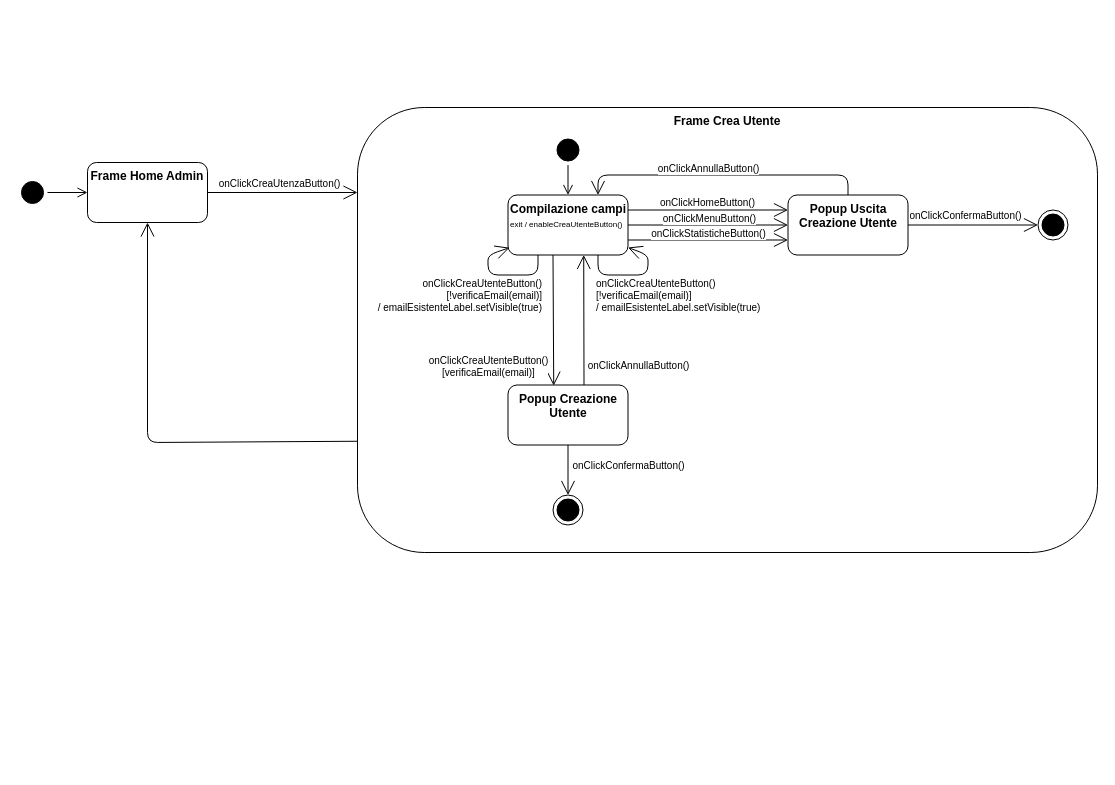
vittorioruggiero/Progetto-IngSw keeps this draw.io diagram as Documentazione/Statechart/Statechart - Crea Utente.drawio. Above is the earlier version. Source tidied: cells renumbered, new cells numbered last; positions are measured from the earlier drawing's top-left corner, leaving out a move shared by most shapes. Both pictures are drawn from the tidied source at 100%, with x=0, y=0 at pixel (17, 107).
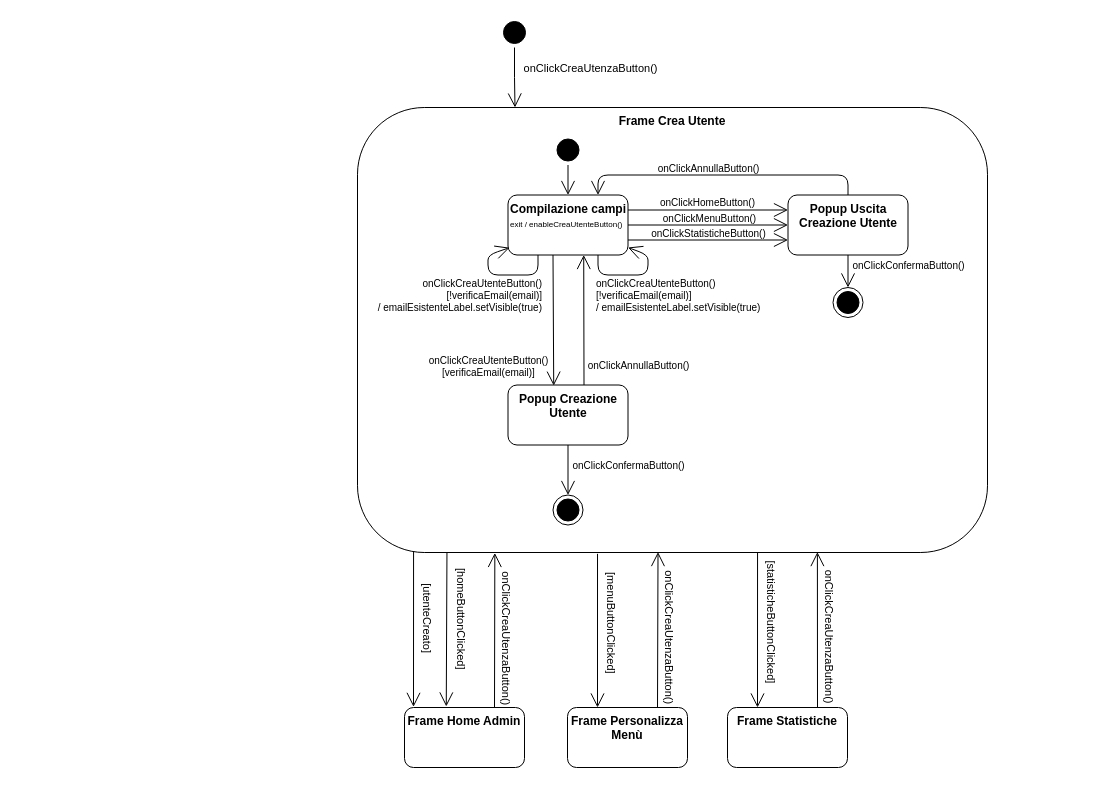
Above is the later version.

Unchanged cells that the change refers to:
```xml
<mxCell id="8" value="&lt;b&gt;Compilazione campi&lt;/b&gt;&lt;br&gt;&lt;font style=&quot;font-size: 8px;&quot;&gt;exit / enableCreaUtenteButton()&lt;/font&gt;" style="rounded=1;whiteSpace=wrap;html=1;align=left;verticalAlign=top;strokeWidth=1;perimeterSpacing=0;spacing=2;spacingRight=0;" parent="1" vertex="1">
  <mxGeometry x="490.5" y="87.5" width="120" height="60" as="geometry" />
</mxCell>
<mxCell id="9" style="ellipse;html=1;shape=startState;fillColor=#000000;strokeColor=#030303;" parent="1" vertex="1">
  <mxGeometry x="535.5" y="27.5" width="30" height="30" as="geometry" />
</mxCell>
<mxCell id="16" style="endArrow=open;endFill=1;endSize=12;html=1;rounded=1;strokeColor=#000000;fontSize=10;exitX=0.375;exitY=1;exitDx=0;exitDy=0;exitPerimeter=0;entryX=0.381;entryY=0.011;entryDx=0;entryDy=0;entryPerimeter=0;" parent="1" edge="1" source="8" target="15">
  <mxGeometry relative="1" as="geometry" />
</mxCell>
<mxCell id="24" value="&lt;b&gt;Popup Uscita Creazione Utente&lt;/b&gt;" style="rounded=1;whiteSpace=wrap;html=1;align=center;verticalAlign=top;" parent="1" vertex="1">
  <mxGeometry x="770.5" y="87.5" width="120" height="60" as="geometry" />
</mxCell>
<mxCell id="25" style="endArrow=open;endFill=1;endSize=12;html=1;rounded=1;strokeColor=#000000;fontSize=10;entryX=0;entryY=0.25;entryDx=0;entryDy=0;" parent="1" edge="1" target="24">
  <mxGeometry relative="1" as="geometry">
    <mxPoint x="610.5" y="102.5" as="sourcePoint" />
  </mxGeometry>
</mxCell>
<mxCell id="27" style="endArrow=open;endFill=1;endSize=12;html=1;rounded=1;strokeColor=#000000;fontSize=10;" parent="1" edge="1" source="8" target="24">
  <mxGeometry relative="1" as="geometry" />
</mxCell>
<mxCell id="29" style="endArrow=open;endFill=1;endSize=12;html=1;rounded=1;strokeColor=#000000;fontSize=10;exitX=1;exitY=0.75;exitDx=0;exitDy=0;entryX=0;entryY=0.75;entryDx=0;entryDy=0;" parent="1" edge="1" source="8" target="24">
  <mxGeometry relative="1" as="geometry" />
</mxCell>
<mxCell id="31" style="endArrow=open;endFill=1;endSize=12;html=1;rounded=1;strokeColor=#000000;fontSize=10;exitX=0.5;exitY=0;exitDx=0;exitDy=0;entryX=0.75;entryY=0;entryDx=0;entryDy=0;" parent="1" edge="1" source="24" target="8">
  <mxGeometry relative="1" as="geometry">
    <Array as="points">
      <mxPoint x="830.5" y="67.5" />
      <mxPoint x="710.5" y="67.5" />
      <mxPoint x="580.5" y="67.5" />
    </Array>
  </mxGeometry>
</mxCell>
```

What changed in the source:
```diff
@@
-    <mxCell id="2" value="&lt;b&gt;Frame Home Admin&lt;/b&gt;" style="rounded=1;whiteSpace=wrap;html=1;align=center;verticalAlign=top;" parent="1" vertex="1">
-      <mxGeometry x="70" y="55" width="120" height="60" as="geometry" />
-    </mxCell>
     <mxCell id="3" style="ellipse;html=1;shape=startState;fillColor=#000000;strokeColor=#030303;" parent="1" vertex="1">
-      <mxGeometry y="70" width="30" height="30" as="geometry" />
+      <mxGeometry x="482" y="-90" width="30" height="30" as="geometry" />
     </mxCell>
-    <mxCell id="4" style="edgeStyle=orthogonalEdgeStyle;html=1;verticalAlign=bottom;endArrow=open;endSize=8;strokeColor=#000000;rounded=0;entryX=0;entryY=0.5;entryDx=0;entryDy=0;" parent="1" edge="1" source="3" target="2">
+    <mxCell id="4" style="edgeStyle=orthogonalEdgeStyle;html=1;verticalAlign=bottom;endArrow=open;endSize=12;strokeColor=#000000;rounded=0;entryX=0.25;entryY=0;entryDx=0;entryDy=0;" parent="1" edge="1" source="3" target="5">
       <mxGeometry relative="1" as="geometry" />
     </mxCell>
+    <mxCell id="36" value="onClickCreaUtenzaButton()" style="edgeLabel;html=1;align=center;verticalAlign=middle;" parent="4" vertex="1">
+      <mxGeometry x="-0.25" y="-1" relative="1" as="geometry">
+        <mxPoint x="76" y="-3" as="offset" />
+      </mxGeometry>
+    </mxCell>
     <mxCell id="5" value="&lt;b&gt;Frame Crea Utente&lt;/b&gt;" style="rounded=1;whiteSpace=wrap;html=1;align=center;verticalAlign=top;" parent="1" vertex="1">
-      <mxGeometry x="340" width="740" height="445" as="geometry" />
+      <mxGeometry x="340" width="630" height="445" as="geometry" />
     </mxCell>
-    <mxCell id="6" style="endArrow=open;endFill=1;endSize=12;html=1;rounded=0;strokeColor=#000000;exitX=1;exitY=0.5;exitDx=0;exitDy=0;" parent="1" edge="1" source="2">
-      <mxGeometry relative="1" as="geometry">
-        <mxPoint x="340" y="85" as="targetPoint" />
-      </mxGeometry>
-    </mxCell>
-    <mxCell id="7" value="onClickCreaUtenzaButton()" style="edgeLabel;html=1;align=center;verticalAlign=middle;fontSize=10;" parent="6" vertex="1">
-      <mxGeometry x="-0.27" y="3" relative="1" as="geometry">
-        <mxPoint x="16" y="-7" as="offset" />
-      </mxGeometry>
-    </mxCell>
@@
-    <mxCell id="10" style="edgeStyle=orthogonalEdgeStyle;html=1;verticalAlign=bottom;endArrow=open;endSize=8;strokeColor=#000000;rounded=0;entryX=0.5;entryY=0;entryDx=0;entryDy=0;exitX=0.5;exitY=1;exitDx=0;exitDy=0;" parent="1" edge="1" source="9" target="8">
+    <mxCell id="10" style="edgeStyle=orthogonalEdgeStyle;html=1;verticalAlign=bottom;endArrow=open;endSize=12;strokeColor=#000000;rounded=0;entryX=0.5;entryY=0;entryDx=0;entryDy=0;exitX=0.5;exitY=1;exitDx=0;exitDy=0;" parent="1" edge="1" source="9" target="8">
       <mxGeometry relative="1" as="geometry" />
     </mxCell>
@@
-    <mxCell id="17" value="onClickCreaUtenteButton() &lt;br style=&quot;font-size: 10px;&quot;&gt;[verificaEmail(email)]" style="edgeLabel;html=1;align=center;verticalAlign=middle;fontSize=10;" parent="16" vertex="1">
+    <mxCell id="17" value="onClickCreaUtenteButton() &lt;br style=&quot;font-size: 10px;&quot;&gt;[verificaEmail(email)]" style="edgeLabel;html=1;align=center;verticalAlign=middle;fontSize=10;labelBackgroundColor=none;" parent="16" vertex="1">
       <mxGeometry x="0.45" y="1" relative="1" as="geometry">
         <mxPoint x="-67" y="16" as="offset" />
       </mxGeometry>
     </mxCell>
@@
-    <mxCell id="23" style="endArrow=open;endFill=1;endSize=12;html=1;rounded=1;strokeColor=#000000;fontSize=10;entryX=0.5;entryY=1;entryDx=0;entryDy=0;exitX=0;exitY=0.75;exitDx=0;exitDy=0;" parent="1" edge="1" source="5" target="2">
-      <mxGeometry relative="1" as="geometry">
-        <Array as="points">
-          <mxPoint x="130" y="335" />
-        </Array>
-      </mxGeometry>
-    </mxCell>
@@
-    <mxCell id="26" value="onClickHomeButton()" style="edgeLabel;html=1;align=center;verticalAlign=middle;fontSize=10;" parent="25" vertex="1">
+    <mxCell id="26" value="onClickHomeButton()" style="edgeLabel;html=1;align=center;verticalAlign=middle;fontSize=10;labelBackgroundColor=none;" parent="25" vertex="1">
       <mxGeometry x="-0.31" y="1" relative="1" as="geometry">
         <mxPoint x="24" y="-7" as="offset" />
       </mxGeometry>
     </mxCell>
@@
-    <mxCell id="28" value="onClickMenuButton()" style="edgeLabel;html=1;align=center;verticalAlign=middle;fontSize=10;" parent="27" vertex="1">
+    <mxCell id="28" value="onClickMenuButton()" style="edgeLabel;html=1;align=center;verticalAlign=middle;fontSize=10;labelBackgroundColor=none;" parent="27" vertex="1">
       <mxGeometry x="-0.23" y="1" relative="1" as="geometry">
         <mxPoint x="19" y="-6" as="offset" />
       </mxGeometry>
     </mxCell>
@@
-    <mxCell id="30" value="onClickStatisticheButton()" style="edgeLabel;html=1;align=center;verticalAlign=middle;fontSize=10;" parent="29" vertex="1">
+    <mxCell id="30" value="onClickStatisticheButton()" style="edgeLabel;html=1;align=center;verticalAlign=middle;fontSize=10;labelBackgroundColor=none;" parent="29" vertex="1">
       <mxGeometry x="0.39" relative="1" as="geometry">
         <mxPoint x="-31" y="-7" as="offset" />
       </mxGeometry>
     </mxCell>
@@
-    <mxCell id="32" value="onClickAnnullaButton()" style="edgeLabel;html=1;align=center;verticalAlign=middle;fontSize=10;" parent="31" vertex="1">
+    <mxCell id="32" value="onClickAnnullaButton()" style="edgeLabel;html=1;align=center;verticalAlign=middle;fontSize=10;labelBackgroundColor=none;" parent="31" vertex="1">
       <mxGeometry x="0.02" y="-2" relative="1" as="geometry">
         <mxPoint x="-12" y="-5" as="offset" />
       </mxGeometry>
     </mxCell>
     <mxCell id="33" style="ellipse;html=1;shape=endState;fillColor=#000000;strokeColor=#000000;fontSize=10;" parent="1" vertex="1">
-      <mxGeometry x="1020.5" y="102.5" width="30" height="30" as="geometry" />
+      <mxGeometry x="815.5" y="180" width="30" height="30" as="geometry" />
     </mxCell>
-    <mxCell id="34" style="endArrow=open;endFill=1;endSize=12;html=1;rounded=1;strokeColor=#000000;fontSize=10;exitX=1;exitY=0.5;exitDx=0;exitDy=0;entryX=0;entryY=0.5;entryDx=0;entryDy=0;" parent="1" edge="1" source="24" target="33">
+    <mxCell id="34" style="endArrow=open;endFill=1;endSize=12;html=1;rounded=1;strokeColor=#000000;fontSize=10;exitX=0.5;exitY=1;exitDx=0;exitDy=0;entryX=0.5;entryY=0;entryDx=0;entryDy=0;" parent="1" edge="1" source="24" target="33">
       <mxGeometry x="1" y="112" relative="1" as="geometry">
         <mxPoint x="-62" y="100" as="offset" />
       </mxGeometry>
     </mxCell>
     <mxCell id="35" value="onClickConfermaButton()" style="edgeLabel;html=1;align=center;verticalAlign=middle;fontSize=10;" parent="34" vertex="1">
       <mxGeometry x="-0.43" y="-1" relative="1" as="geometry">
-        <mxPoint x="20" y="-11" as="offset" />
+        <mxPoint x="61" y="1" as="offset" />
       </mxGeometry>
     </mxCell>
+    <mxCell id="2" value="&lt;b&gt;Frame Home Admin&lt;/b&gt;" style="rounded=1;whiteSpace=wrap;html=1;align=center;verticalAlign=top;" parent="1" vertex="1">
+      <mxGeometry x="387" y="600" width="120" height="60" as="geometry" />
+    </mxCell>
+    <mxCell id="37" style="endArrow=open;endFill=1;endSize=12;html=1;rounded=0;exitX=0.089;exitY=0.997;exitDx=0;exitDy=0;exitPerimeter=0;entryX=0.075;entryY=-0.01;entryDx=0;entryDy=0;entryPerimeter=0;" parent="1" edge="1" source="5" target="2">
+      <mxGeometry relative="1" as="geometry" />
+    </mxCell>
+    <mxCell id="38" value="[utenteCreato]" style="edgeLabel;html=1;align=center;verticalAlign=middle;rotation=90;" parent="37" vertex="1">
+      <mxGeometry x="-0.31" y="1" relative="1" as="geometry">
+        <mxPoint x="13" y="12" as="offset" />
+      </mxGeometry>
+    </mxCell>
+    <mxCell id="39" style="endArrow=open;endFill=1;endSize=12;html=1;rounded=0;exitX=0.142;exitY=1.001;exitDx=0;exitDy=0;exitPerimeter=0;entryX=0.348;entryY=-0.017;entryDx=0;entryDy=0;entryPerimeter=0;" parent="1" edge="1" source="5" target="2">
+      <mxGeometry relative="1" as="geometry" />
+    </mxCell>
+    <mxCell id="40" value="[homeButtonClicked]" style="edgeLabel;html=1;align=center;verticalAlign=middle;rotation=90;" parent="39" vertex="1">
+      <mxGeometry x="-0.31" y="1" relative="1" as="geometry">
+        <mxPoint x="14" y="12" as="offset" />
+      </mxGeometry>
+    </mxCell>
+    <mxCell id="41" style="endArrow=open;endFill=1;endSize=12;html=1;rounded=0;exitX=0.75;exitY=0;exitDx=0;exitDy=0;entryX=0.218;entryY=1.001;entryDx=0;entryDy=0;entryPerimeter=0;" parent="1" edge="1" source="2" target="5">
+      <mxGeometry relative="1" as="geometry" />
+    </mxCell>
+    <mxCell id="42" value="onClickCreaUtenzaButton()" style="edgeLabel;html=1;align=center;verticalAlign=middle;rotation=90;labelBackgroundColor=none;" parent="41" vertex="1">
+      <mxGeometry x="0.41" relative="1" as="geometry">
+        <mxPoint x="13" y="39" as="offset" />
+      </mxGeometry>
+    </mxCell>
+    <mxCell id="43" value="&lt;b&gt;Frame Personalizza Menù&lt;/b&gt;" style="rounded=1;whiteSpace=wrap;html=1;align=center;verticalAlign=top;" parent="1" vertex="1">
+      <mxGeometry x="550" y="600" width="120" height="60" as="geometry" />
+    </mxCell>
+    <mxCell id="44" style="endArrow=open;endFill=1;endSize=12;html=1;rounded=0;entryX=0.25;entryY=0;entryDx=0;entryDy=0;exitX=0.381;exitY=1.003;exitDx=0;exitDy=0;exitPerimeter=0;" parent="1" edge="1" source="5" target="43">
+      <mxGeometry x="-0.17" y="30" relative="1" as="geometry" />
+    </mxCell>
+    <mxCell id="45" value="[menuButtonClicked]" style="edgeLabel;html=1;align=center;verticalAlign=middle;rotation=90;" parent="44" vertex="1">
+      <mxGeometry x="-0.31" y="1" relative="1" as="geometry">
+        <mxPoint x="14" y="15" as="offset" />
+      </mxGeometry>
+    </mxCell>
+    <mxCell id="46" style="endArrow=open;endFill=1;endSize=12;html=1;rounded=0;exitX=0.75;exitY=0;exitDx=0;exitDy=0;entryX=0.477;entryY=0.999;entryDx=0;entryDy=0;entryPerimeter=0;" parent="1" edge="1" source="43" target="5">
+      <mxGeometry relative="1" as="geometry" />
+    </mxCell>
+    <mxCell id="47" value="onClickCreaUtenzaButton()" style="edgeLabel;html=1;align=center;verticalAlign=middle;rotation=90;labelBackgroundColor=none;" parent="46" vertex="1">
+      <mxGeometry x="0.41" relative="1" as="geometry">
+        <mxPoint x="13" y="39" as="offset" />
+      </mxGeometry>
+    </mxCell>
+    <mxCell id="48" value="&lt;b&gt;Frame Statistiche&lt;/b&gt;" style="rounded=1;whiteSpace=wrap;html=1;align=center;verticalAlign=top;" parent="1" vertex="1">
+      <mxGeometry x="710" y="600" width="120" height="60" as="geometry" />
+    </mxCell>
+    <mxCell id="49" style="endArrow=open;endFill=1;endSize=12;html=1;rounded=0;entryX=0.25;entryY=0;entryDx=0;entryDy=0;exitX=0.635;exitY=1.001;exitDx=0;exitDy=0;exitPerimeter=0;" parent="1" edge="1" source="5" target="48">
+      <mxGeometry x="-0.17" y="30" relative="1" as="geometry" />
+    </mxCell>
+    <mxCell id="50" value="[statisticheButtonClicked]" style="edgeLabel;html=1;align=center;verticalAlign=middle;rotation=90;" parent="49" vertex="1">
+      <mxGeometry x="-0.31" y="1" relative="1" as="geometry">
+        <mxPoint x="14" y="15" as="offset" />
+      </mxGeometry>
+    </mxCell>
+    <mxCell id="51" style="endArrow=open;endFill=1;endSize=12;html=1;rounded=0;exitX=0.75;exitY=0;exitDx=0;exitDy=0;entryX=0.73;entryY=0.999;entryDx=0;entryDy=0;entryPerimeter=0;" parent="1" edge="1" source="48" target="5">
+      <mxGeometry relative="1" as="geometry" />
+    </mxCell>
+    <mxCell id="52" value="onClickCreaUtenzaButton()" style="edgeLabel;html=1;align=center;verticalAlign=middle;rotation=90;labelBackgroundColor=none;" parent="51" vertex="1">
+      <mxGeometry x="0.41" relative="1" as="geometry">
+        <mxPoint x="13" y="39" as="offset" />
+      </mxGeometry>
+    </mxCell>
```
